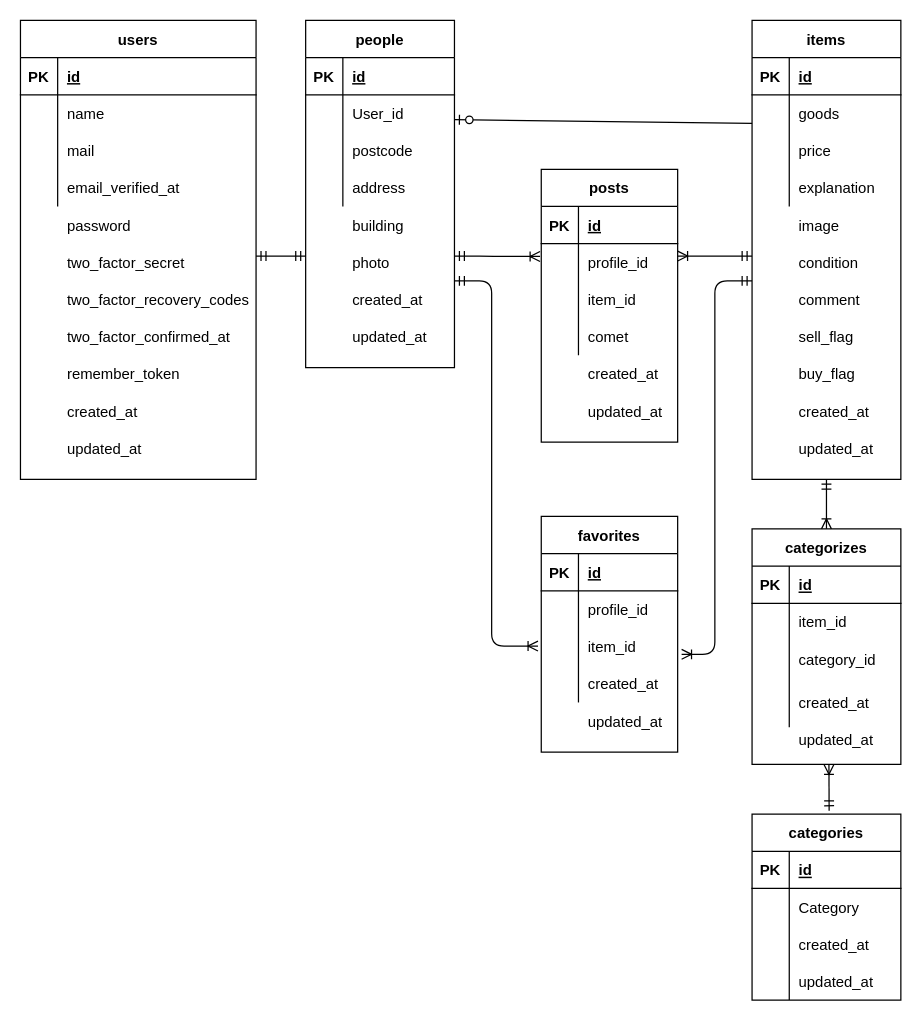
Earlier version of the draw.io diagram src/FreeMaket.drawio (wyjuly12/FreeMarket). Source tidied: cells renumbered, new cells numbered last; positions are measured from the earlier drawing's top-left corner, leaving out a move shared by most shapes. Both pictures are drawn from the tidied source at 124%, with x=0, y=0 at pixel (20, 20).
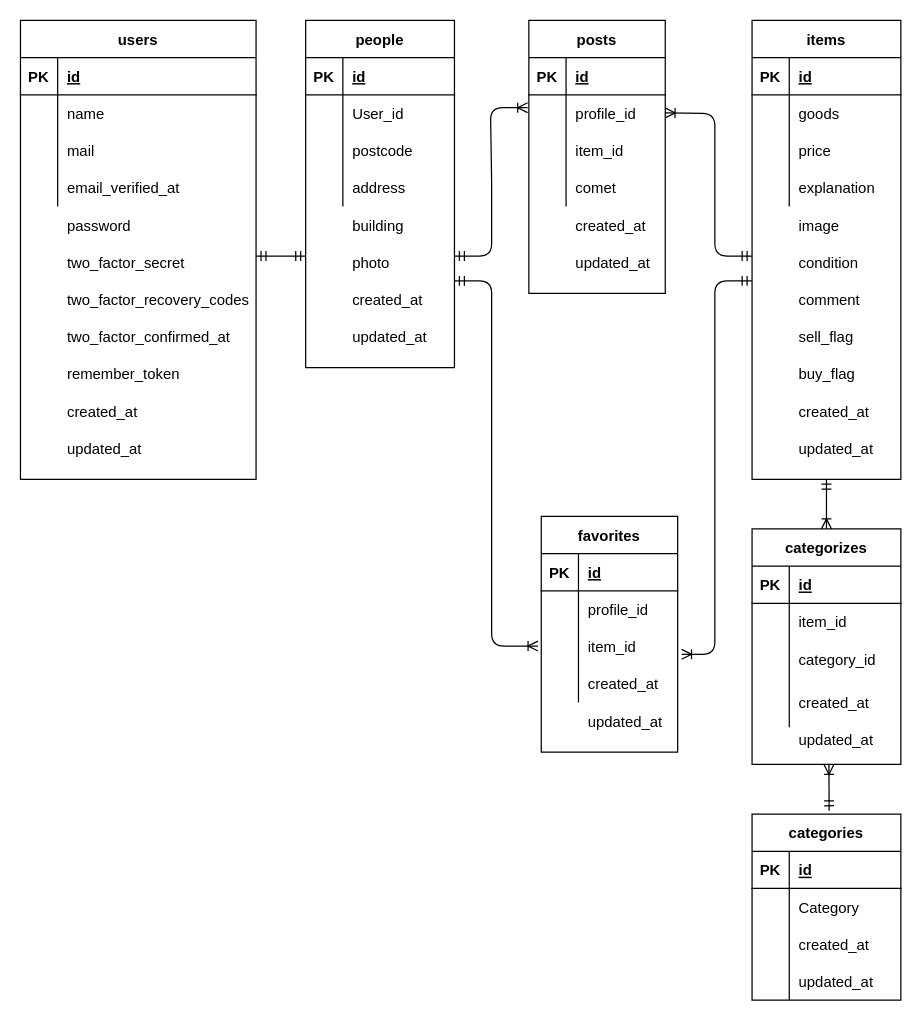
After the change.

Unchanged cells that the change refers to:
```xml
<mxCell id="82" style="shape=tableRow;horizontal=0;startSize=0;swimlaneHead=0;swimlaneBody=0;fillColor=none;points=[[0,0.5],[1,0.5]];portConstraint=eastwest;top=0;left=0;right=0;bottom=0;" parent="78" vertex="1">
  <mxGeometry y="60" width="110" height="30" as="geometry" />
</mxCell>
```

What changed in the source:
```diff
@@
     <mxCell id="78" value="posts" style="shape=table;startSize=30;childLayout=tableLayout;rowLines=0;fontStyle=1;align=center;" parent="1" vertex="1">
-      <mxGeometry x="420" y="120" width="110" height="220" as="geometry" />
+      <mxGeometry x="410" width="110" height="220" as="geometry" />
     </mxCell>
@@
     <mxCell id="91" value="updated_at" style="shape=partialRectangle;fillColor=none;top=0;left=0;bottom=0;right=0;align=left;spacingLeft=6;overflow=hidden;" parent="1" vertex="1">
-      <mxGeometry x="450" y="300" width="80" height="30" as="geometry" />
+      <mxGeometry x="440" y="180" width="80" height="30" as="geometry" />
     </mxCell>
@@
     <mxCell id="115" value="created_at" style="shape=partialRectangle;fillColor=none;top=0;left=0;bottom=0;right=0;align=left;spacingLeft=6;overflow=hidden;" parent="1" vertex="1">
-      <mxGeometry x="450" y="270" width="90" height="30" as="geometry" />
+      <mxGeometry x="440" y="150" width="90" height="30" as="geometry" />
     </mxCell>
@@
-    <mxCell id="122" style="fontSize=12;html=1;endArrow=ERoneToMany;startArrow=ERmandOne;" parent="1" edge="1">
+    <mxCell id="122" style="fontSize=12;html=1;endArrow=ERoneToMany;startArrow=ERmandOne;entryX=0.999;entryY=0.484;entryDx=0;entryDy=0;entryPerimeter=0;" parent="1" edge="1" target="82">
       <mxGeometry relative="1" as="geometry">
         <mxPoint x="590" y="190" as="sourcePoint" />
-        <mxPoint x="530" y="190" as="targetPoint" />
+        <Array as="points">
+          <mxPoint x="560" y="190" />
+          <mxPoint x="560" y="140" />
+          <mxPoint x="560" y="75" />
+        </Array>
       </mxGeometry>
     </mxCell>
-    <mxCell id="123" style="fontSize=12;html=1;endArrow=ERzeroToOne;endFill=1;" parent="1" edge="1">
-      <mxGeometry relative="1" as="geometry">
-        <mxPoint x="590" y="83" as="sourcePoint" />
-        <mxPoint x="350" y="80" as="targetPoint" />
-      </mxGeometry>
-    </mxCell>
```
